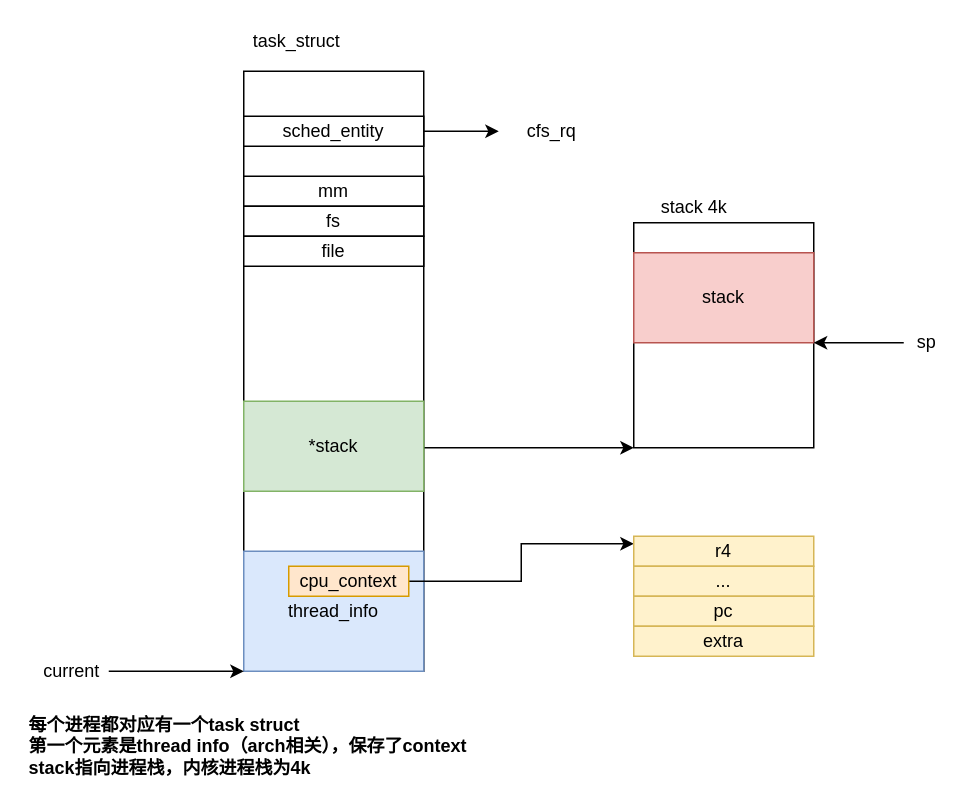
Earlier version of the draw.io diagram page "process" (5 of 5) of linux.drawio (thomas-coding/drawio). Source tidied: cells renumbered, new cells numbered last; positions are measured from the earlier drawing's top-left corner, leaving out a move shared by most shapes. Both pictures are drawn from the tidied source at 150%, with x=0, y=0 at pixel (26, 26).
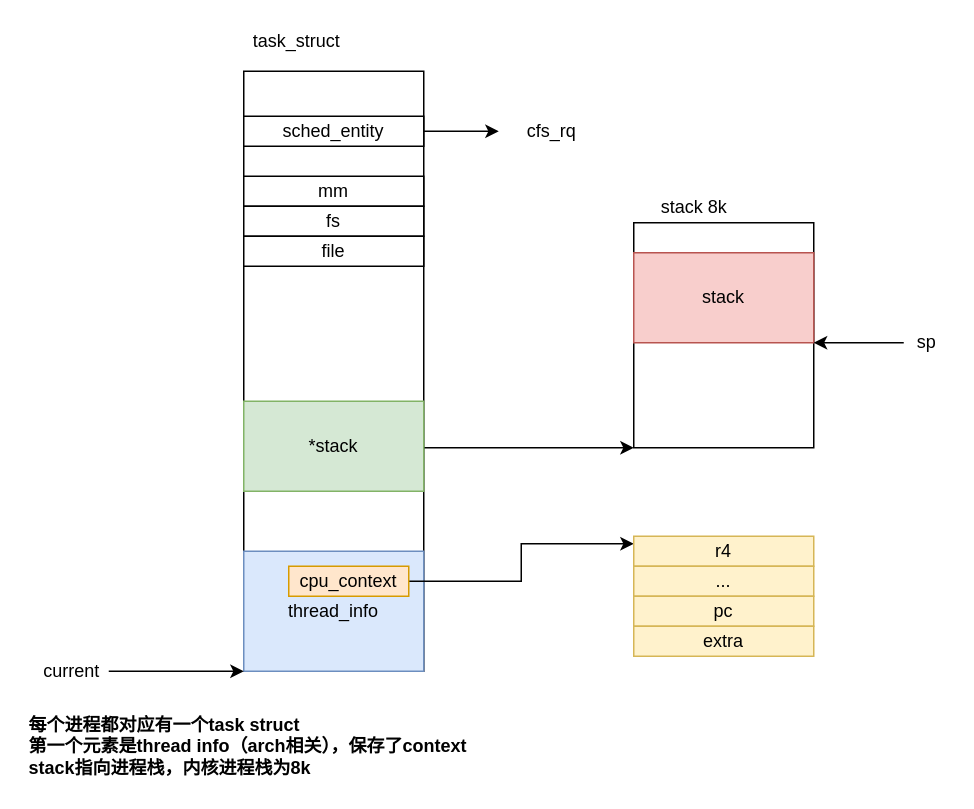
Above is the later version.

Change to the diagram source:
```diff
@@
-    <mxCell id="8" value="stack 4k" style="text;html=1;align=center;verticalAlign=middle;strokeColor=none;fillColor=none;" parent="1" vertex="1">
+    <mxCell id="8" value="stack 8k" style="text;html=1;align=center;verticalAlign=middle;strokeColor=none;fillColor=none;" parent="1" vertex="1">
       <mxGeometry x="415" y="111" width="60" height="20" as="geometry" />
     </mxCell>
@@
-    <mxCell id="20" value="每个进程都对应有一个task struct&lt;br&gt;第一个元素是thread info（arch相关），保存了context&lt;br&gt;stack指向进程栈，内核进程栈为4k" style="text;html=1;align=left;verticalAlign=middle;strokeColor=none;fillColor=none;fontStyle=1;" parent="1" vertex="1">
+    <mxCell id="20" value="每个进程都对应有一个task struct&lt;br&gt;第一个元素是thread info（arch相关），保存了context&lt;br&gt;stack指向进程栈，内核进程栈为8k" style="text;html=1;align=left;verticalAlign=middle;strokeColor=none;fillColor=none;fontStyle=1;" parent="1" vertex="1">
       <mxGeometry y="455" width="310" height="50" as="geometry" />
     </mxCell>
```
